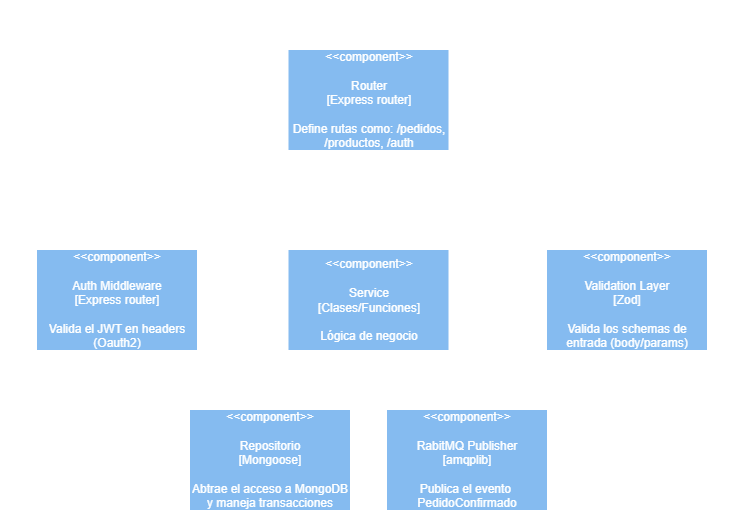
Above: docs/c4/c4-component.png in ErikSalva/tpi-restaurant-system (draw.io), before the change. Source tidied: cells renumbered, new cells last; positions are measured from the earlier drawing's top-left corner, leaving out a move shared by most shapes. The source it was exported from:
```xml
<mxGraphModel>
  <root>
    <mxCell id="0" />
    <mxCell id="1" parent="0" />
    <mxCell id="2" value="&lt;div&gt;API Pedidos (Node.js)&lt;/div&gt;&lt;div&gt;[CONTAINER]&lt;/div&gt;" style="rounded=0;whiteSpace=wrap;html=1;fillColor=none;dashed=1;verticalAlign=top;" parent="1" vertex="1">
      <mxGeometry width="737" height="520" as="geometry" />
    </mxCell>
    <mxCell id="3" style="edgeStyle=orthogonalEdgeStyle;rounded=0;jettySize=auto;html=1;entryX=0.5;entryY=0;entryDx=0;entryDy=0;exitX=0.5;exitY=1;exitDx=0;exitDy=0;" parent="1" edge="1" source="18" target="16">
      <mxGeometry relative="1" as="geometry" />
    </mxCell>
    <mxCell id="4" value="Crea/consulta pedidos y productos" style="edgeLabel;html=1;align=center;verticalAlign=middle;labelBackgroundColor=none;" parent="3" vertex="1">
      <mxGeometry x="0.1" y="3" relative="1" as="geometry">
        <mxPoint x="87" as="offset" />
      </mxGeometry>
    </mxCell>
    <mxCell id="5" style="edgeStyle=orthogonalEdgeStyle;rounded=0;jettySize=auto;html=1;entryX=0.5;entryY=0;entryDx=0;entryDy=0;exitX=0;exitY=0.5;exitDx=0;exitDy=0;" parent="1" edge="1" source="18" target="15">
      <mxGeometry relative="1" as="geometry" />
    </mxCell>
    <mxCell id="6" value="Protege rutas&amp;nbsp;" style="edgeLabel;html=1;align=center;verticalAlign=middle;labelBackgroundColor=none;" parent="5" vertex="1">
      <mxGeometry x="-0.57" y="-1" relative="1" as="geometry">
        <mxPoint x="-11" y="-9" as="offset" />
      </mxGeometry>
    </mxCell>
    <mxCell id="7" style="edgeStyle=orthogonalEdgeStyle;rounded=0;jettySize=auto;html=1;entryX=0.5;entryY=0;entryDx=0;entryDy=0;exitX=1;exitY=0.5;exitDx=0;exitDy=0;" parent="1" edge="1" source="18" target="17">
      <mxGeometry relative="1" as="geometry" />
    </mxCell>
    <mxCell id="8" value="Valida entrada" style="edgeLabel;html=1;align=center;verticalAlign=middle;labelBackgroundColor=none;" parent="7" vertex="1">
      <mxGeometry x="-0.24" y="-4" relative="1" as="geometry">
        <mxPoint x="-25" y="-14" as="offset" />
      </mxGeometry>
    </mxCell>
    <mxCell id="9" style="edgeStyle=orthogonalEdgeStyle;rounded=0;jettySize=auto;html=1;exitX=0.25;exitY=1;exitDx=0;exitDy=0;entryX=0.5;entryY=0;entryDx=0;entryDy=0;" parent="1" edge="1" source="16" target="14">
      <mxGeometry relative="1" as="geometry" />
    </mxCell>
    <mxCell id="10" value="Persiste datos" style="edgeLabel;html=1;align=center;verticalAlign=middle;labelBackgroundColor=none;" parent="9" vertex="1">
      <mxGeometry x="0.05" y="5" relative="1" as="geometry">
        <mxPoint x="-69" as="offset" />
      </mxGeometry>
    </mxCell>
    <mxCell id="11" style="edgeStyle=orthogonalEdgeStyle;rounded=0;jettySize=auto;html=1;exitX=0.75;exitY=1;exitDx=0;exitDy=0;entryX=0.5;entryY=0;entryDx=0;entryDy=0;" parent="1" edge="1" source="16" target="13">
      <mxGeometry relative="1" as="geometry" />
    </mxCell>
    <mxCell id="12" value="Publica PedidoConfirmado" style="edgeLabel;html=1;align=center;verticalAlign=middle;labelBackgroundColor=none;" parent="11" vertex="1">
      <mxGeometry x="0.27" y="-5" relative="1" as="geometry">
        <mxPoint x="84" y="5" as="offset" />
      </mxGeometry>
    </mxCell>
    <mxCell id="13" value="&amp;lt;&amp;lt;component&amp;gt;&amp;gt;&lt;br&gt;&lt;br&gt;&lt;div&gt;&lt;span style=&quot;background-color: transparent; color: light-dark(rgb(0, 0, 0), rgb(255, 255, 255));&quot;&gt;RabitMQ Publisher&lt;br&gt;[amqplib]&lt;/span&gt;&lt;/div&gt;&lt;div&gt;&lt;br&gt;&lt;/div&gt;&lt;div&gt;&lt;div&gt;Publica el evento&amp;nbsp;&lt;/div&gt;&lt;div&gt;PedidoConfirmado&lt;/div&gt;&lt;/div&gt;" style="rounded=0;whiteSpace=wrap;html=1;fillColor=light-dark(#85BBF0,#85BBF0);strokeColor=none;" parent="1" vertex="1">
      <mxGeometry x="387" y="410" width="160" height="100" as="geometry" />
    </mxCell>
    <mxCell id="14" value="&amp;lt;&amp;lt;component&amp;gt;&amp;gt;&lt;br&gt;&lt;br&gt;&lt;div&gt;&lt;span style=&quot;background-color: transparent; color: light-dark(rgb(0, 0, 0), rgb(255, 255, 255));&quot;&gt;Repositorio&lt;br&gt;[Mongoose]&lt;/span&gt;&lt;/div&gt;&lt;div&gt;&lt;br&gt;&lt;/div&gt;&lt;div&gt;Abtrae el acceso a MongoDB y maneja transacciones&lt;/div&gt;" style="rounded=0;whiteSpace=wrap;html=1;fillColor=light-dark(#85BBF0,#85BBF0);strokeColor=none;" parent="1" vertex="1">
      <mxGeometry x="190" y="410" width="160" height="100" as="geometry" />
    </mxCell>
    <mxCell id="15" value="&amp;lt;&amp;lt;component&amp;gt;&amp;gt;&lt;br&gt;&lt;br&gt;&lt;div&gt;Auth Middleware&lt;/div&gt;&lt;div&gt;[Express router]&lt;/div&gt;&lt;div&gt;&lt;br&gt;&lt;/div&gt;&lt;div&gt;Valida el JWT en headers&lt;br&gt;(Oauth2)&lt;/div&gt;" style="rounded=0;whiteSpace=wrap;html=1;fillColor=light-dark(#85BBF0,#85BBF0);strokeColor=none;" parent="1" vertex="1">
      <mxGeometry x="37" y="250" width="160" height="100" as="geometry" />
    </mxCell>
    <mxCell id="16" value="&amp;lt;&amp;lt;component&amp;gt;&amp;gt;&lt;br&gt;&lt;br&gt;&lt;div&gt;&lt;span style=&quot;background-color: transparent; color: light-dark(rgb(0, 0, 0), rgb(255, 255, 255));&quot;&gt;Service&lt;br&gt;[Clases/Funciones]&lt;/span&gt;&lt;/div&gt;&lt;div&gt;&lt;br&gt;&lt;/div&gt;&lt;div&gt;Lógica de negocio&lt;/div&gt;" style="rounded=0;whiteSpace=wrap;html=1;fillColor=light-dark(#85BBF0,#85BBF0);strokeColor=none;" parent="1" vertex="1">
      <mxGeometry x="288.5" y="250" width="160" height="100" as="geometry" />
    </mxCell>
    <mxCell id="17" value="&amp;lt;&amp;lt;component&amp;gt;&amp;gt;&lt;br&gt;&lt;br&gt;&lt;div&gt;&lt;span style=&quot;background-color: transparent; color: light-dark(rgb(0, 0, 0), rgb(255, 255, 255));&quot;&gt;Validation Layer&lt;br&gt;[Zod]&lt;/span&gt;&lt;/div&gt;&lt;div&gt;&lt;br&gt;&lt;/div&gt;&lt;div&gt;Valida los schemas de entrada (body/params)&lt;/div&gt;" style="rounded=0;whiteSpace=wrap;html=1;fillColor=light-dark(#85BBF0,#85BBF0);strokeColor=none;" parent="1" vertex="1">
      <mxGeometry x="547" y="250" width="160" height="100" as="geometry" />
    </mxCell>
    <mxCell id="18" value="&amp;lt;&amp;lt;component&amp;gt;&amp;gt;&lt;br&gt;&lt;br&gt;&lt;div&gt;Router&lt;/div&gt;&lt;div&gt;[Express router]&lt;/div&gt;&lt;div&gt;&lt;br&gt;&lt;/div&gt;&lt;div&gt;Define rutas como: /pedidos, /productos, /auth&lt;/div&gt;" style="rounded=0;whiteSpace=wrap;html=1;fillColor=light-dark(#85BBF0,#85BBF0);strokeColor=none;" parent="1" vertex="1">
      <mxGeometry x="288.5" y="50" width="160" height="100" as="geometry" />
    </mxCell>
  </root>
</mxGraphModel>
```
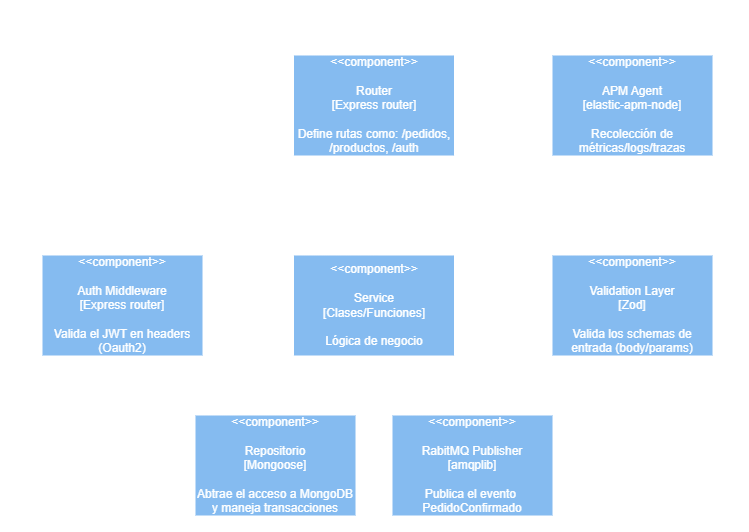
The same file after the commit.

The edit, as a diff of the source:
```diff
@@ -13,16 +13,26 @@
         <mxPoint x="87" as="offset" />
       </mxGeometry>
     </mxCell>
-    <mxCell id="5" style="edgeStyle=orthogonalEdgeStyle;rounded=0;jettySize=auto;html=1;entryX=0.5;entryY=0;entryDx=0;entryDy=0;exitX=0;exitY=0.5;exitDx=0;exitDy=0;" parent="1" edge="1" source="18" target="15">
-      <mxGeometry relative="1" as="geometry" />
+    <mxCell id="5" style="edgeStyle=orthogonalEdgeStyle;rounded=0;jettySize=auto;html=1;entryX=0.5;entryY=0;entryDx=0;entryDy=0;exitX=0.25;exitY=1;exitDx=0;exitDy=0;" parent="1" edge="1" source="18" target="15">
+      <mxGeometry relative="1" as="geometry">
+        <Array as="points">
+          <mxPoint x="328" y="180" />
+          <mxPoint x="117" y="180" />
+        </Array>
+      </mxGeometry>
     </mxCell>
     <mxCell id="6" value="Protege rutas&amp;nbsp;" style="edgeLabel;html=1;align=center;verticalAlign=middle;labelBackgroundColor=none;" parent="5" vertex="1">
       <mxGeometry x="-0.57" y="-1" relative="1" as="geometry">
-        <mxPoint x="-11" y="-9" as="offset" />
+        <mxPoint x="-90" y="-9" as="offset" />
       </mxGeometry>
     </mxCell>
-    <mxCell id="7" style="edgeStyle=orthogonalEdgeStyle;rounded=0;jettySize=auto;html=1;entryX=0.5;entryY=0;entryDx=0;entryDy=0;exitX=1;exitY=0.5;exitDx=0;exitDy=0;" parent="1" edge="1" source="18" target="17">
-      <mxGeometry relative="1" as="geometry" />
+    <mxCell id="7" style="edgeStyle=orthogonalEdgeStyle;rounded=0;jettySize=auto;html=1;entryX=0.5;entryY=0;entryDx=0;entryDy=0;exitX=0.75;exitY=1;exitDx=0;exitDy=0;" parent="1" edge="1" source="18" target="17">
+      <mxGeometry relative="1" as="geometry">
+        <Array as="points">
+          <mxPoint x="408" y="180" />
+          <mxPoint x="627" y="180" />
+        </Array>
+      </mxGeometry>
     </mxCell>
     <mxCell id="8" value="Valida entrada" style="edgeLabel;html=1;align=center;verticalAlign=middle;labelBackgroundColor=none;" parent="7" vertex="1">
       <mxGeometry x="-0.24" y="-4" relative="1" as="geometry">
@@ -63,5 +73,16 @@
     <mxCell id="18" value="&amp;lt;&amp;lt;component&amp;gt;&amp;gt;&lt;br&gt;&lt;br&gt;&lt;div&gt;Router&lt;/div&gt;&lt;div&gt;[Express router]&lt;/div&gt;&lt;div&gt;&lt;br&gt;&lt;/div&gt;&lt;div&gt;Define rutas como: /pedidos, /productos, /auth&lt;/div&gt;" style="rounded=0;whiteSpace=wrap;html=1;fillColor=light-dark(#85BBF0,#85BBF0);strokeColor=none;" parent="1" vertex="1">
       <mxGeometry x="288.5" y="50" width="160" height="100" as="geometry" />
     </mxCell>
+    <mxCell id="19" style="edgeStyle=orthogonalEdgeStyle;rounded=0;jettySize=auto;html=1;" parent="1" edge="1" source="21" target="18">
+      <mxGeometry relative="1" as="geometry" />
+    </mxCell>
+    <mxCell id="20" value="Monitorea" style="edgeLabel;html=1;align=center;verticalAlign=middle;labelBackgroundColor=none;" parent="19" vertex="1">
+      <mxGeometry x="0.16" y="-2" relative="1" as="geometry">
+        <mxPoint x="11" y="-8" as="offset" />
+      </mxGeometry>
+    </mxCell>
+    <mxCell id="21" value="&amp;lt;&amp;lt;component&amp;gt;&amp;gt;&lt;br&gt;&lt;br&gt;&lt;div&gt;APM Agent&lt;/div&gt;&lt;div&gt;[elastic-apm-node]&lt;/div&gt;&lt;div&gt;&lt;br&gt;&lt;/div&gt;&lt;div&gt;Recolección de métricas/logs/trazas&lt;/div&gt;" style="rounded=0;whiteSpace=wrap;html=1;fillColor=light-dark(#85BBF0,#85BBF0);strokeColor=none;" parent="1" vertex="1">
+      <mxGeometry x="547" y="50" width="160" height="100" as="geometry" />
+    </mxCell>
   </root>
 </mxGraphModel>
```
